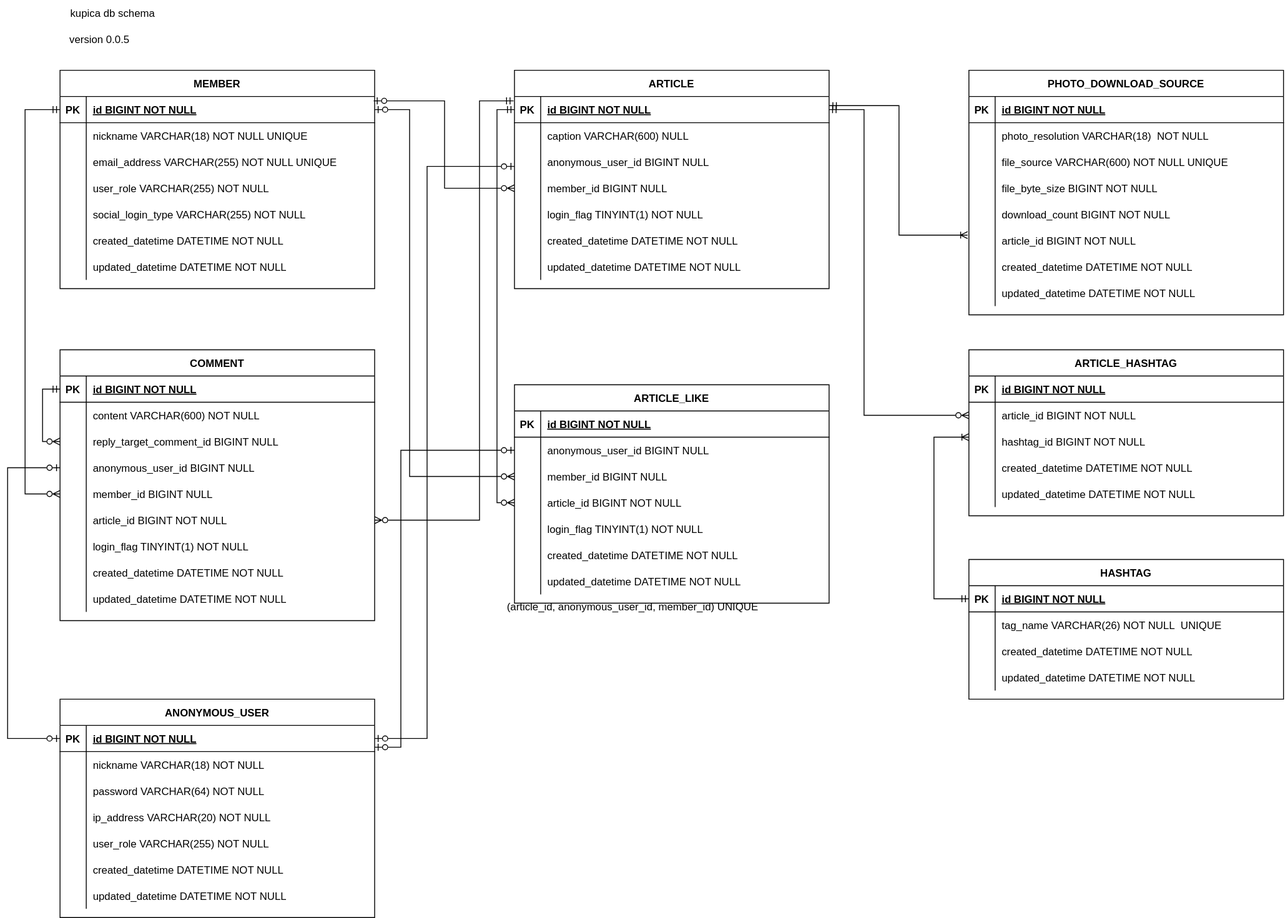
The draw.io diagram docs/kupica-db-schema.svg in Unagi-zoso/kupica, before a commit. Source tidied: cells renumbered, new cells last; positions are measured from the earlier drawing's top-left corner, leaving out a move shared by most shapes.
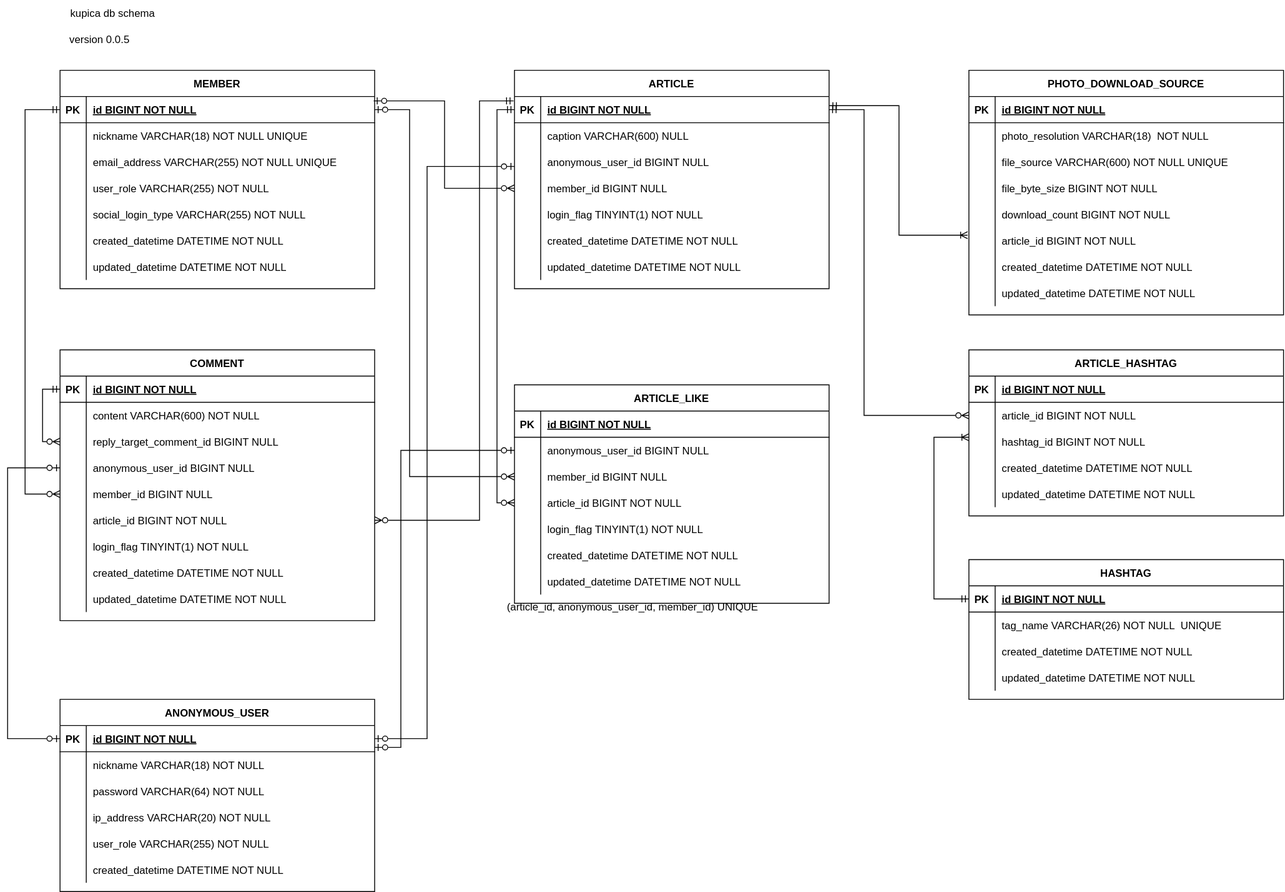
After the change.

Commit message:
#31 Docs anonymous_user 컬럼 수정

Diff of the diagram source:
```diff
@@ -508,7 +508,7 @@
       <mxGeometry x="60" y="30" width="90" height="30" as="geometry" />
     </mxCell>
     <mxCell id="162" value="ANONYMOUS_USER" style="shape=table;startSize=30;rowLines=0;fontStyle=1;align=center;" parent="1" vertex="1">
-      <mxGeometry x="60" y="800" width="360" height="250" as="geometry" />
+      <mxGeometry x="60" y="800" width="360" height="220" as="geometry" />
     </mxCell>
     <mxCell id="163" style="shape=partialRectangle;fillColor=none;points=[[0,0.5],[1,0.5]];portConstraint=eastwest;top=0;left=0;right=0;bottom=1;" parent="162" vertex="1">
       <mxGeometry y="30" width="360" height="30" as="geometry" />
@@ -564,15 +564,6 @@
     <mxCell id="180" value="created_datetime DATETIME NOT NULL" style="shape=partialRectangle;overflow=hidden;fillColor=none;top=0;left=0;bottom=0;right=0;align=left;spacingLeft=6;" parent="178" vertex="1">
       <mxGeometry x="30" width="330" height="30" as="geometry" />
     </mxCell>
-    <mxCell id="181" style="shape=partialRectangle;fillColor=none;top=0;left=0;right=0;bottom=0;" parent="162" vertex="1">
-      <mxGeometry y="210" width="360" height="30" as="geometry" />
-    </mxCell>
-    <mxCell id="182" style="shape=partialRectangle;overflow=hidden;fillColor=none;top=0;left=0;bottom=0;right=0;" parent="181" vertex="1">
-      <mxGeometry width="30" height="30" as="geometry" />
-    </mxCell>
-    <mxCell id="183" value="updated_datetime DATETIME NOT NULL" style="shape=partialRectangle;overflow=hidden;fillColor=none;top=0;left=0;bottom=0;right=0;align=left;spacingLeft=6;" parent="181" vertex="1">
-      <mxGeometry x="30" width="330" height="30" as="geometry" />
-    </mxCell>
     <mxCell id="184" style="shape=partialRectangle;fillColor=none;top=0;left=0;right=0;bottom=0;" parent="1" vertex="1">
       <mxGeometry x="60" y="890" width="360" height="30" as="geometry" />
     </mxCell>
```
